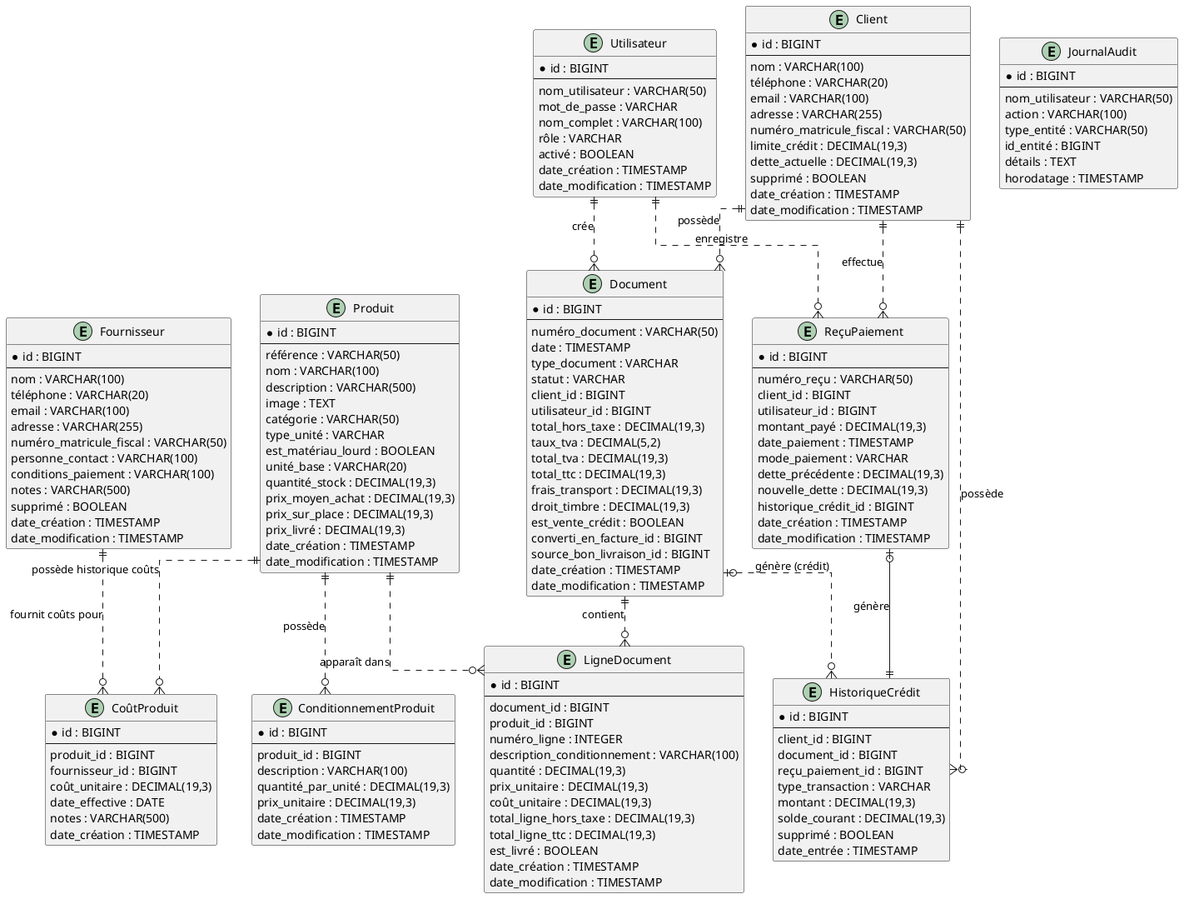
mAmineChniti/hardware_store keeps this PlantUML diagram as docs/images/Relations-Entites-Magasin-Materiaux.png. Above is the earlier version.
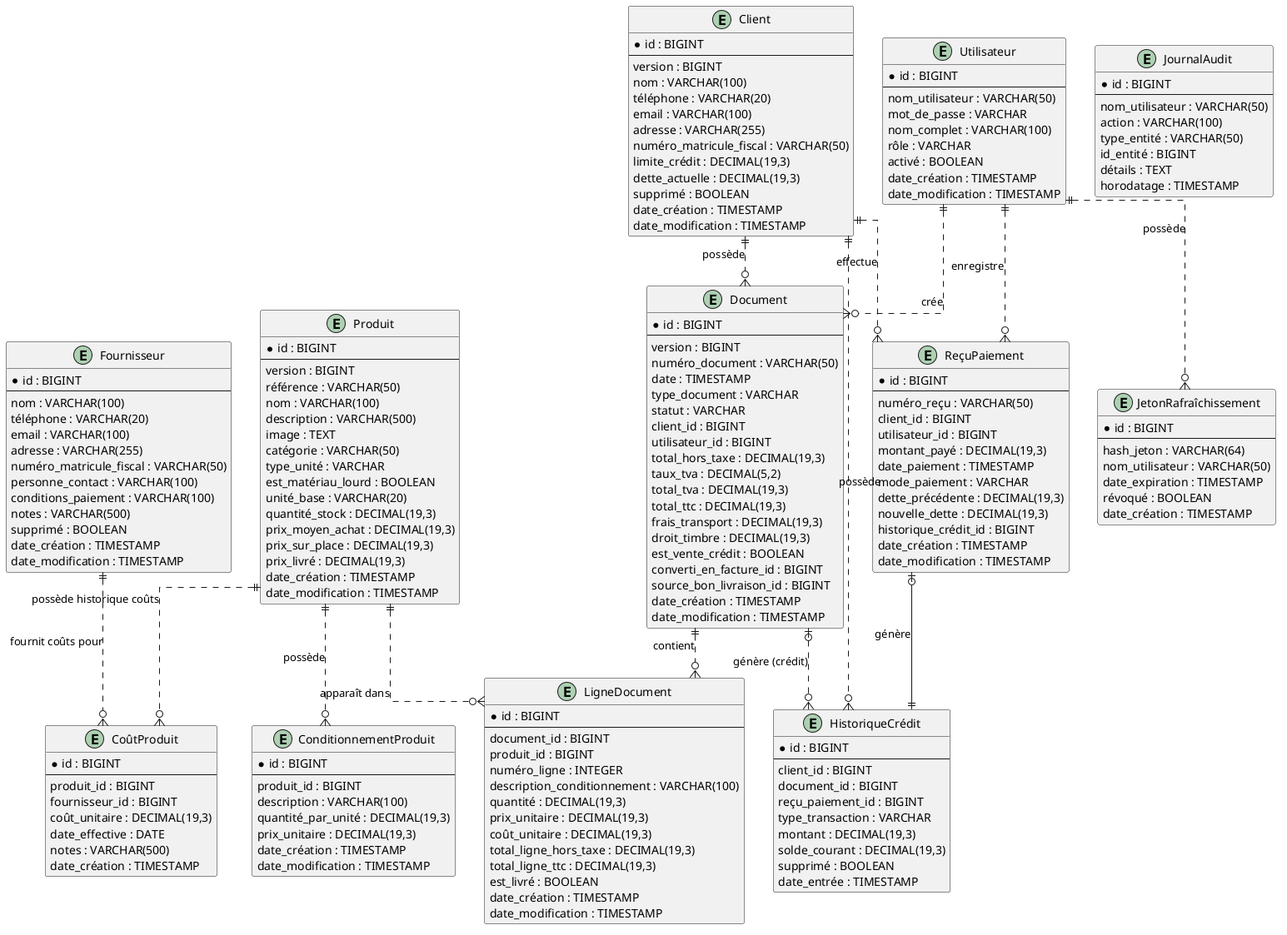
Above is the later version.

What changed in the source:
```diff
@@ -17,6 +17,7 @@
 entity "Client" as client {
   *id : BIGINT
   --
+  version : BIGINT
   nom : VARCHAR(100)
   téléphone : VARCHAR(20)
   email : VARCHAR(100)
@@ -48,6 +49,7 @@
 entity "Produit" as produit {
   *id : BIGINT
   --
+  version : BIGINT
   référence : VARCHAR(50)
   nom : VARCHAR(100)
   description : VARCHAR(500)
@@ -89,6 +91,7 @@
 entity "Document" as document {
   *id : BIGINT
   --
+  version : BIGINT
   numéro_document : VARCHAR(50)
   date : TIMESTAMP
   type_document : VARCHAR
@@ -165,9 +168,20 @@
   horodatage : TIMESTAMP
 }
 
+entity "JetonRafraîchissement" as jeton_rafraîchissement {
+  *id : BIGINT
+  --
+  hash_jeton : VARCHAR(64)
+  nom_utilisateur : VARCHAR(50)
+  date_expiration : TIMESTAMP
+  révoqué : BOOLEAN
+  date_création : TIMESTAMP
+}
+
 
 utilisateur ||..o{ document : "crée"
 utilisateur ||..o{ reçu_paiement : "enregistre"
+utilisateur ||..o{ jeton_rafraîchissement : "possède"
 
 client ||..o{ document : "possède"
 client ||..o{ reçu_paiement : "effectue"
```
